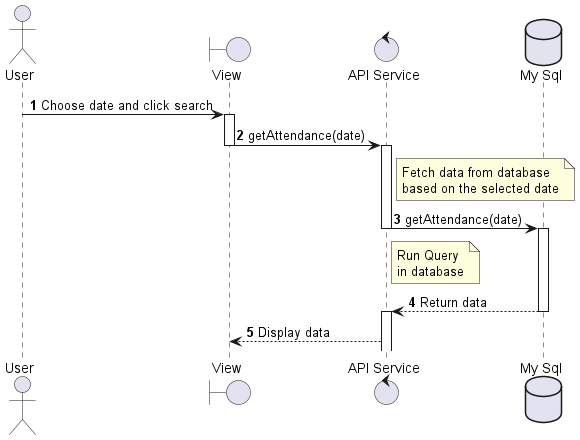
Fitranda/Diagram keeps this PlantUML diagram as out/sequenceDiagram_Attendance_getData/sequenceDiagram_Attendance_getData.png. Above is the earlier version. Its diagram source:
```plantuml
@startuml sequenceDiagram_Attendance_getData
actor User
boundary "View" as View
control "API Service" as APIService
database "My Sql" as DB

autonumber
User -> View --++ : Choose date and click search
View -> APIService --++ : getAttendance(date)
note right of APIService: Fetch data from database\nbased on the selected date
APIService -> DB --++ : getAttendance(date)
note right of APIService: Run Query\nin database
DB --> APIService --++ : Return data
APIService --> View : Display data
@enduml
```
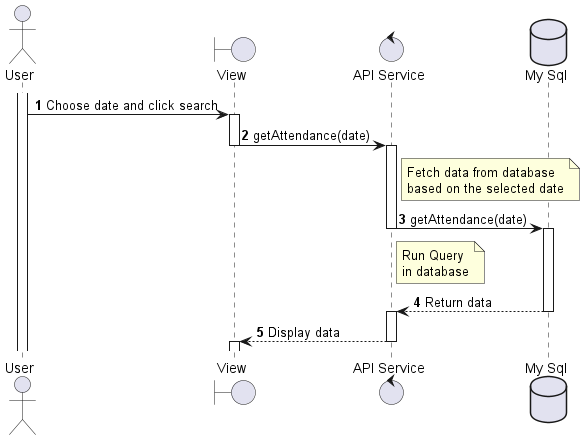
The same file after the commit.

What changed in the source:
```diff
@@ -5,11 +5,20 @@
 database "My Sql" as DB
 
 autonumber
-User -> View --++ : Choose date and click search
-View -> APIService --++ : getAttendance(date)
+activate User
+User -> View : Choose date and click search
+activate View
+View -> APIService : getAttendance(date)
+deactivate View
+activate APIService
 note right of APIService: Fetch data from database\nbased on the selected date
-APIService -> DB --++ : getAttendance(date)
+APIService -> DB : getAttendance(date)
+deactivate APIService
+activate DB
 note right of APIService: Run Query\nin database
-DB --> APIService --++ : Return data
-APIService --> View : Display data
+DB --> APIService : Return data
+deactivate DB
+activate APIService
+APIService --> View --++ : Display data
+deactivate APIService
 @enduml
```
